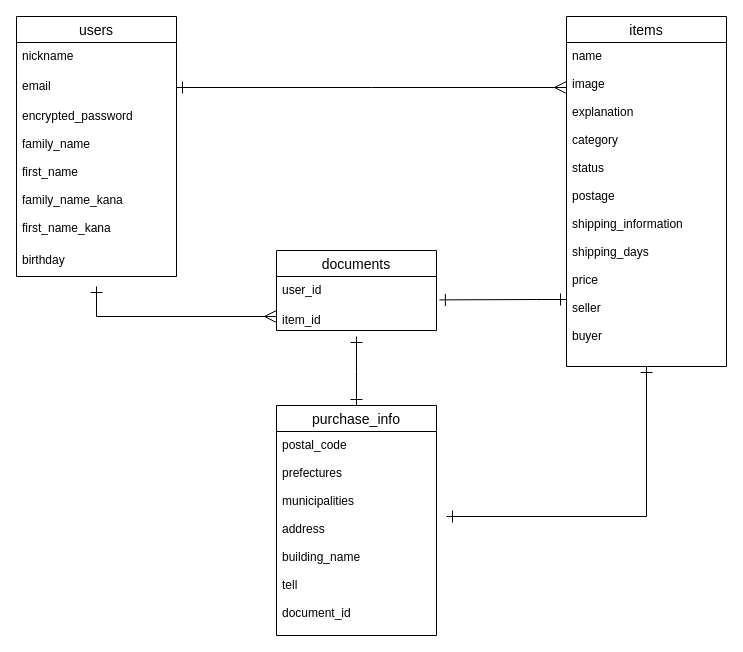
t-kawamukai/furima-36048 keeps this draw.io diagram as test.dio. Above is the earlier version. Source tidied: cells renumbered, new cells numbered last; positions are measured from the earlier drawing's top-left corner, leaving out a move shared by most shapes. Both pictures are drawn from the tidied source at 100%, with x=0, y=0 at pixel (16, 16).
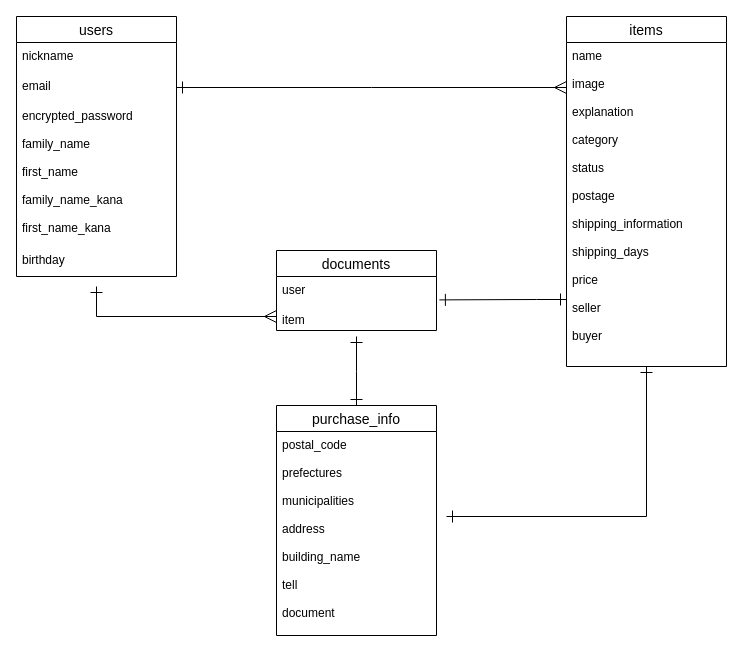
The same page after the edit.

Commit message (it also covers changes not shown here):
データベース設計（再修正2）

Unchanged cells that the change refers to:
```xml
<mxCell id="10" value="documents" style="swimlane;fontStyle=0;horizontal=1;startSize=26;align=center;fontSize=14;" parent="1" vertex="1">
  <mxGeometry x="260" y="234" width="160" height="80" as="geometry" />
</mxCell>
<mxCell id="14" value="purchase_info" style="swimlane;fontStyle=0;horizontal=1;startSize=26;align=center;fontSize=14;" parent="1" vertex="1">
  <mxGeometry x="260" y="389" width="160" height="230" as="geometry" />
</mxCell>
```

What changed in the source:
```diff
@@
-    <mxCell id="11" value="user_id" style="text;strokeColor=none;fillColor=none;spacingLeft=4;spacingRight=4;overflow=hidden;points=[[0,0.5],[1,0.5]];portConstraint=eastwest;fontSize=12;" parent="10" vertex="1">
+    <mxCell id="11" value="user" style="text;strokeColor=none;fillColor=none;spacingLeft=4;spacingRight=4;overflow=hidden;points=[[0,0.5],[1,0.5]];portConstraint=eastwest;fontSize=12;" parent="10" vertex="1">
       <mxGeometry y="26" width="160" height="30" as="geometry" />
     </mxCell>
-    <mxCell id="12" value="item_id" style="text;strokeColor=none;fillColor=none;spacingLeft=4;spacingRight=4;overflow=hidden;fontSize=12;" parent="10" vertex="1">
+    <mxCell id="12" value="item" style="text;strokeColor=none;fillColor=none;spacingLeft=4;spacingRight=4;overflow=hidden;fontSize=12;" parent="10" vertex="1">
       <mxGeometry y="56" width="160" height="24" as="geometry" />
     </mxCell>
@@
-    <mxCell id="15" value="postal_code&#10;&#10;prefectures&#10;&#10;municipalities&#10;&#10;address&#10;&#10;building_name&#10;&#10;tell&#10;&#10;document_id" style="text;strokeColor=none;fillColor=none;spacingLeft=4;spacingRight=4;overflow=hidden;fontSize=12;" parent="14" vertex="1">
+    <mxCell id="15" value="postal_code&#10;&#10;prefectures&#10;&#10;municipalities&#10;&#10;address&#10;&#10;building_name&#10;&#10;tell&#10;&#10;document" style="text;strokeColor=none;fillColor=none;spacingLeft=4;spacingRight=4;overflow=hidden;fontSize=12;" parent="14" vertex="1">
       <mxGeometry y="26" width="160" height="204" as="geometry" />
     </mxCell>
```
